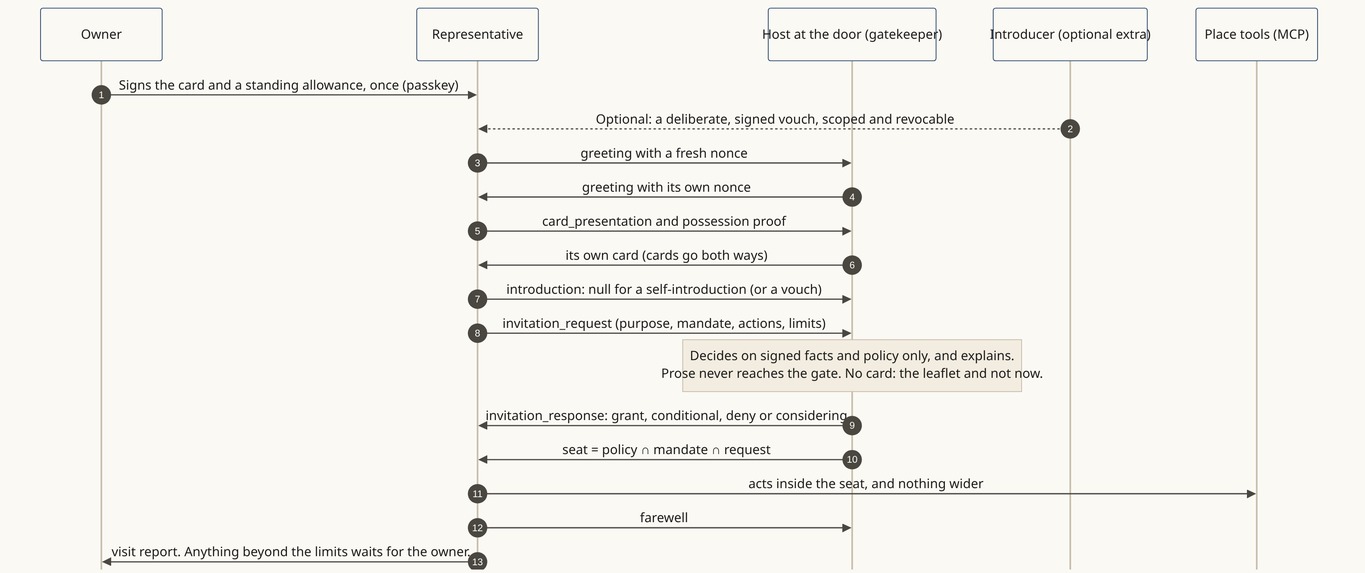
This is docs/diagrams/png/arrival-sequence.png from Kigenka/shokai, a Mermaid export, as it was before one commit. Its source is kept beside it as docs/diagrams/src/arrival-sequence.mmd.
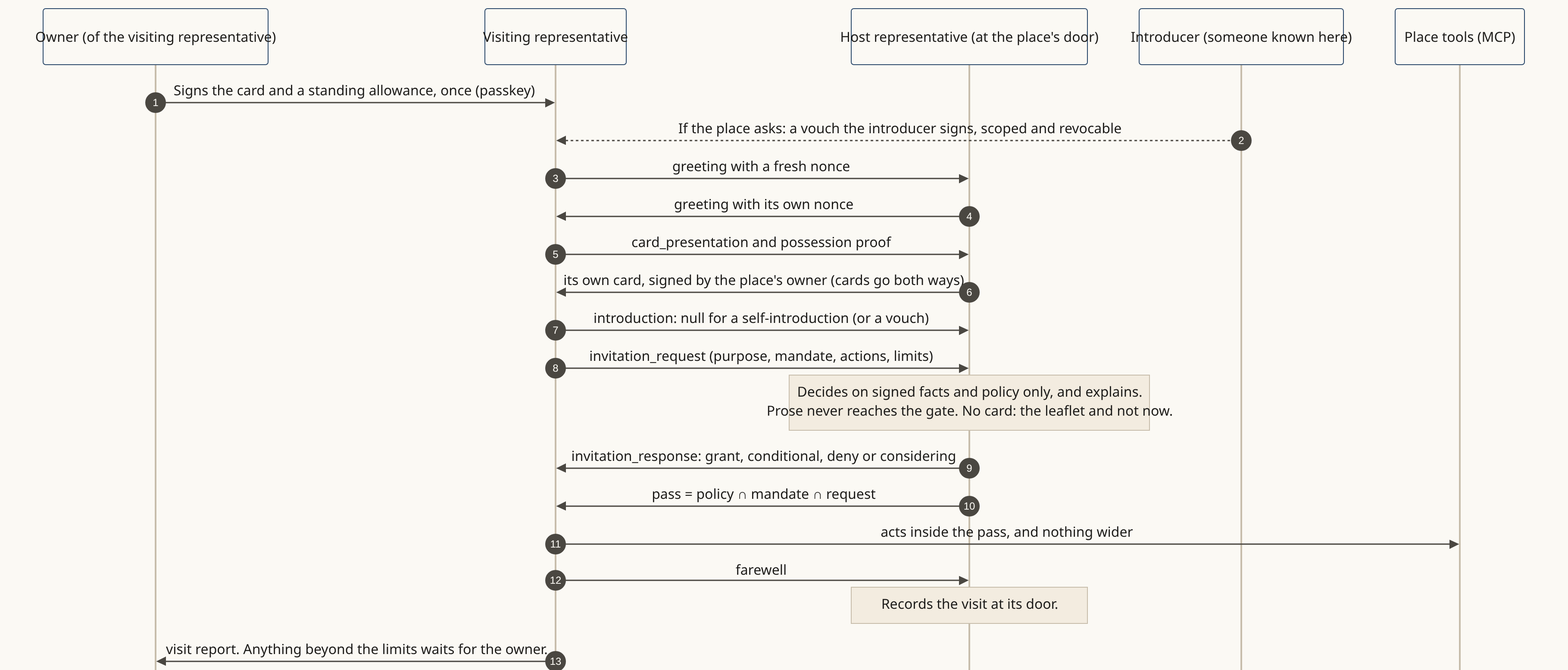
After the change.

Change to the diagram source:
```diff
@@ -1,16 +1,16 @@
 sequenceDiagram
   autonumber
-  participant O as Owner
-  participant R as Representative
-  participant G as Host at the door (gatekeeper)
-  participant I as Introducer (optional extra)
+  participant O as Owner (of the visiting representative)
+  participant R as Visiting representative
+  participant G as Host representative (at the place's door)
+  participant I as Introducer (someone known here)
   participant T as Place tools (MCP)
   O->>R: Signs the card and a standing allowance, once (passkey)
-  I-->>R: Optional: a deliberate, signed vouch, scoped and revocable
+  I-->>R: If the place asks: a vouch the introducer signs, scoped and revocable
   R->>G: greeting with a fresh nonce
   G->>R: greeting with its own nonce
   R->>G: card_presentation and possession proof
-  G->>R: its own card (cards go both ways)
+  G->>R: its own card, signed by the place's owner (cards go both ways)
   R->>G: introduction: null for a self-introduction (or a vouch)
   R->>G: invitation_request (purpose, mandate, actions, limits)
   Note over G: Decides on signed facts and policy only, and explains.<br/>Prose never reaches the gate. No card: the leaflet and not now.
@@ -18,4 +18,5 @@
   G->>R: seat = policy ∩ mandate ∩ request
   R->>T: acts inside the seat, and nothing wider
   R->>G: farewell
+  Note over G: Records the visit at its door.
   R->>O: visit report. Anything beyond the limits waits for the owner.
```
